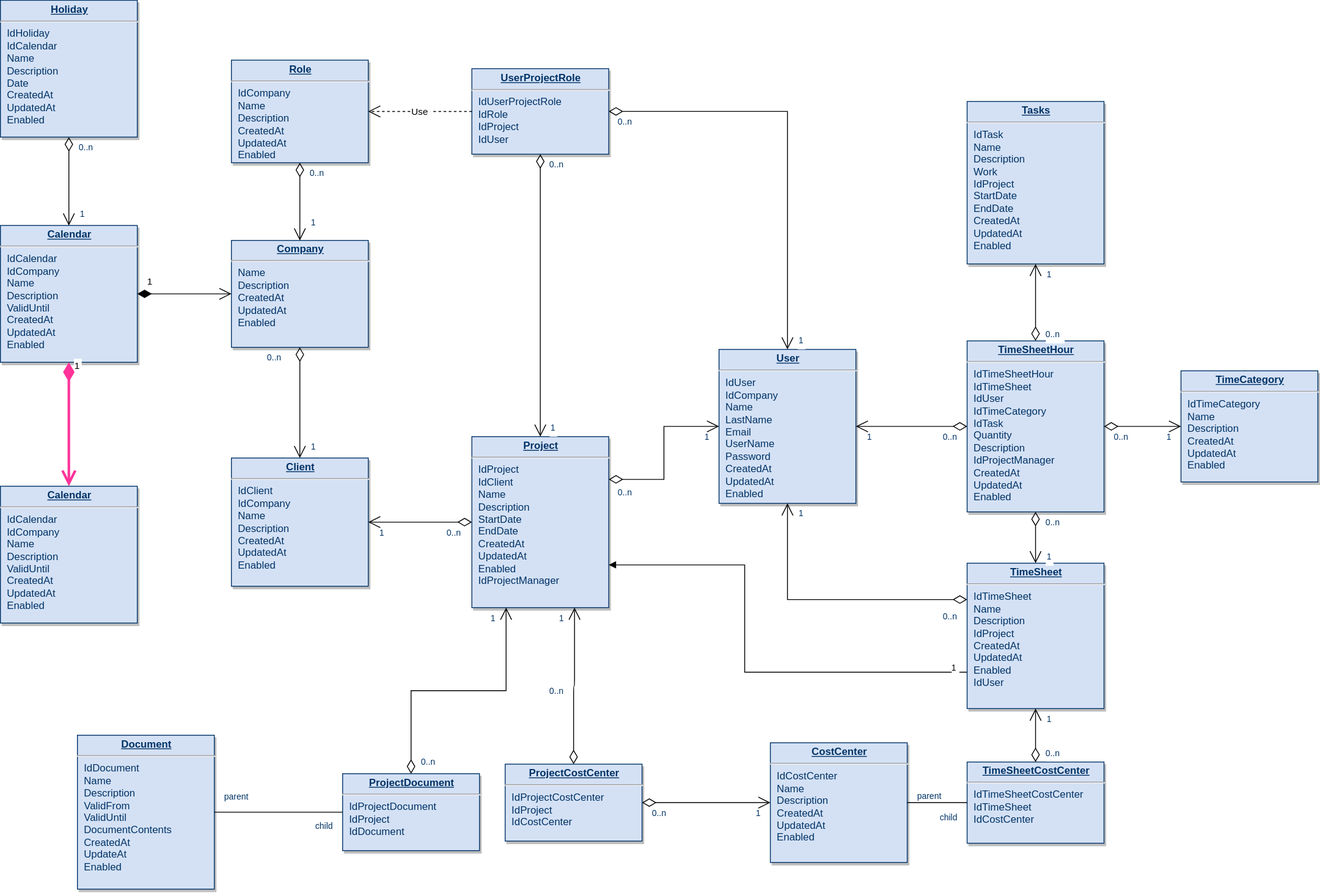
The draw.io diagram ER图.svg in yeszao/draw, before a commit. Source tidied: cells renumbered, new cells last; positions are measured from the earlier drawing's top-left corner, leaving out a move shared by most shapes.
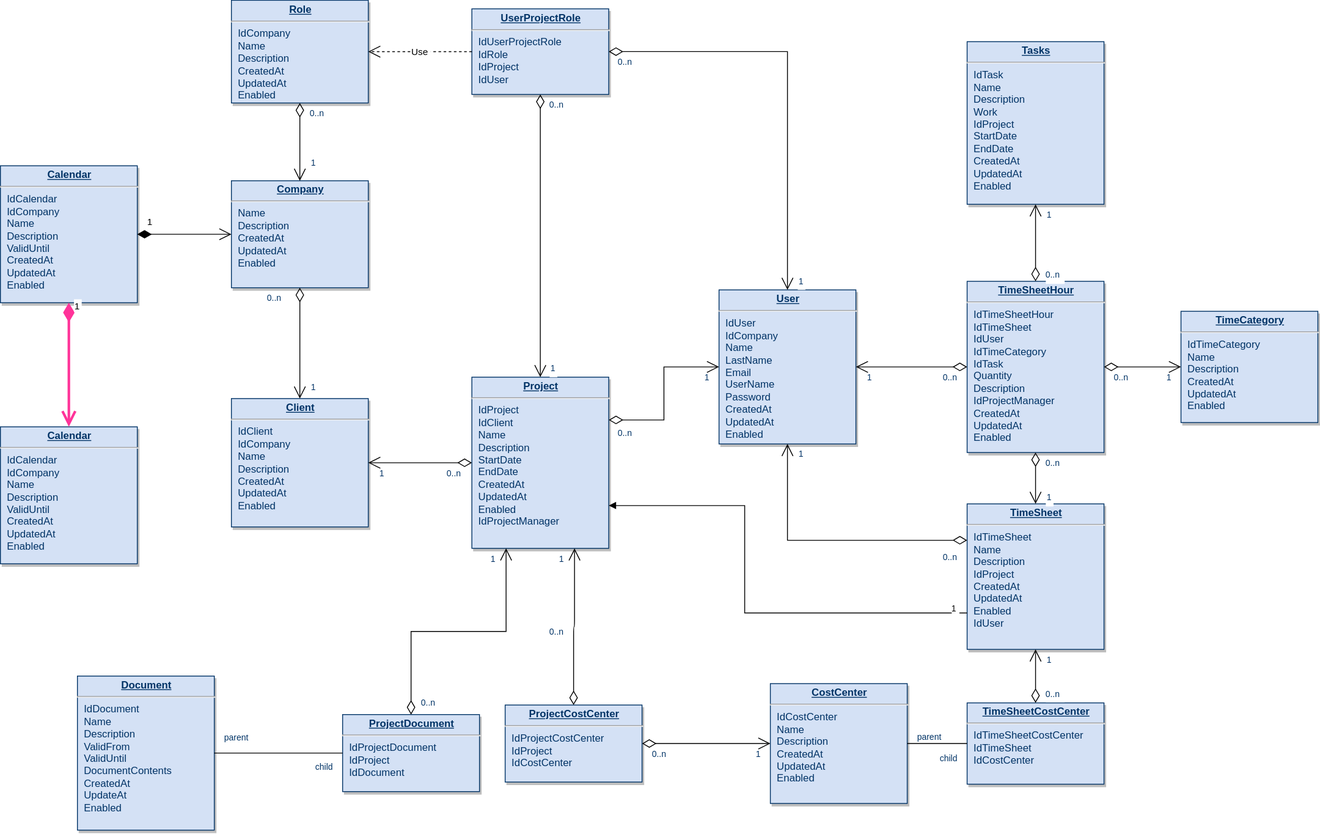
After the commit.

Change to the diagram source:
```diff
@@ -20,9 +20,6 @@
     <mxCell id="7" value="&lt;p style=&quot;margin: 0px; margin-top: 4px; text-align: center; text-decoration: underline;&quot;&gt;&lt;strong&gt;Client&lt;/strong&gt;&lt;/p&gt;&lt;hr /&gt;&lt;p style=&quot;margin: 0px; margin-left: 8px;&quot;&gt;IdClient&lt;/p&gt;&lt;p style=&quot;margin: 0px; margin-left: 8px;&quot;&gt;IdCompany&lt;/p&gt;&lt;p style=&quot;margin: 0px; margin-left: 8px;&quot;&gt;Name&lt;/p&gt;&lt;p style=&quot;margin: 0px; margin-left: 8px;&quot;&gt;Description&lt;/p&gt;&lt;p style=&quot;margin: 0px; margin-left: 8px;&quot;&gt;CreatedAt&lt;/p&gt;&lt;p style=&quot;margin: 0px; margin-left: 8px;&quot;&gt;UpdatedAt&lt;/p&gt;&lt;p style=&quot;margin: 0px; margin-left: 8px;&quot;&gt;Enabled&lt;/p&gt;" style="verticalAlign=top;align=left;overflow=fill;fontSize=12;fontFamily=Helvetica;html=1;strokeColor=#003366;shadow=1;fillColor=#D4E1F5;fontColor=#003366;" parent="1" vertex="1">
       <mxGeometry x="270" y="535" width="160" height="150" as="geometry" />
     </mxCell>
-    <mxCell id="8" value="&lt;p style=&quot;margin: 0px; margin-top: 4px; text-align: center; text-decoration: underline;&quot;&gt;&lt;strong&gt;Holiday&lt;/strong&gt;&lt;/p&gt;&lt;hr /&gt;&lt;p style=&quot;margin: 0px; margin-left: 8px;&quot;&gt;IdHoliday&lt;/p&gt;&lt;p style=&quot;margin: 0px; margin-left: 8px;&quot;&gt;IdCalendar&lt;/p&gt;&lt;p style=&quot;margin: 0px; margin-left: 8px;&quot;&gt;Name&lt;/p&gt;&lt;p style=&quot;margin: 0px; margin-left: 8px;&quot;&gt;Description&lt;/p&gt;&lt;p style=&quot;margin: 0px; margin-left: 8px;&quot;&gt;Date&lt;/p&gt;&lt;p style=&quot;margin: 0px; margin-left: 8px;&quot;&gt;CreatedAt&lt;/p&gt;&lt;p style=&quot;margin: 0px; margin-left: 8px;&quot;&gt;UpdatedAt&lt;/p&gt;&lt;p style=&quot;margin: 0px; margin-left: 8px;&quot;&gt;Enabled&lt;/p&gt;" style="verticalAlign=top;align=left;overflow=fill;fontSize=12;fontFamily=Helvetica;html=1;strokeColor=#003366;shadow=1;fillColor=#D4E1F5;fontColor=#003366;" parent="1" vertex="1">
-      <mxGeometry y="-0.4" width="160" height="160" as="geometry" />
-    </mxCell>
     <mxCell id="9" value="&lt;p style=&quot;margin: 0px; margin-top: 4px; text-align: center; text-decoration: underline;&quot;&gt;&lt;strong&gt;TimeSheet&lt;/strong&gt;&lt;/p&gt;&lt;hr /&gt;&lt;p style=&quot;margin: 0px; margin-left: 8px;&quot;&gt;IdTimeSheet&lt;/p&gt;&lt;p style=&quot;margin: 0px; margin-left: 8px;&quot;&gt;Name&lt;/p&gt;&lt;p style=&quot;margin: 0px; margin-left: 8px;&quot;&gt;Description&lt;/p&gt;&lt;p style=&quot;margin: 0px; margin-left: 8px;&quot;&gt;IdProject&lt;/p&gt;&lt;p style=&quot;margin: 0px; margin-left: 8px;&quot;&gt;CreatedAt&lt;/p&gt;&lt;p style=&quot;margin: 0px; margin-left: 8px;&quot;&gt;UpdatedAt&lt;/p&gt;&lt;p style=&quot;margin: 0px; margin-left: 8px;&quot;&gt;Enabled&lt;/p&gt;&lt;p style=&quot;margin: 0px; margin-left: 8px;&quot;&gt;IdUser&lt;/p&gt;" style="verticalAlign=top;align=left;overflow=fill;fontSize=12;fontFamily=Helvetica;html=1;strokeColor=#003366;shadow=1;fillColor=#D4E1F5;fontColor=#003366;" parent="1" vertex="1">
       <mxGeometry x="1130" y="658" width="160" height="170" as="geometry" />
     </mxCell>
@@ -235,19 +232,6 @@
         <mxPoint x="20" y="-25" as="offset" />
       </mxGeometry>
     </mxCell>
-    <mxCell id="61" style="endArrow=open;endSize=12;startArrow=diamondThin;startSize=14;startFill=0;edgeStyle=orthogonalEdgeStyle;" parent="1" edge="1" source="8" target="4">
-      <mxGeometry x="620" y="340" as="geometry" />
-    </mxCell>
-    <mxCell id="62" value="0..n" style="align=left;verticalAlign=top;labelBackgroundColor=#ffffff;fontSize=10;strokeColor=#003366;shadow=1;fillColor=#D4E1F5;fontColor=#003366;" parent="61" vertex="1">
-      <mxGeometry x="-1" relative="1" as="geometry">
-        <mxPoint x="10" as="offset" />
-      </mxGeometry>
-    </mxCell>
-    <mxCell id="63" value="1" style="align=right;verticalAlign=top;labelBackgroundColor=#ffffff;fontSize=10;strokeColor=#003366;shadow=1;fillColor=#D4E1F5;fontColor=#003366;" parent="61" vertex="1">
-      <mxGeometry x="1" relative="1" as="geometry">
-        <mxPoint x="20" y="-25" as="offset" />
-      </mxGeometry>
-    </mxCell>
     <mxCell id="64" style="endArrow=open;endSize=12;startArrow=diamondThin;startSize=14;startFill=0;edgeStyle=orthogonalEdgeStyle;" parent="1" edge="1" source="12" target="7">
       <mxGeometry x="369.4" y="360" as="geometry" />
     </mxCell>
```
